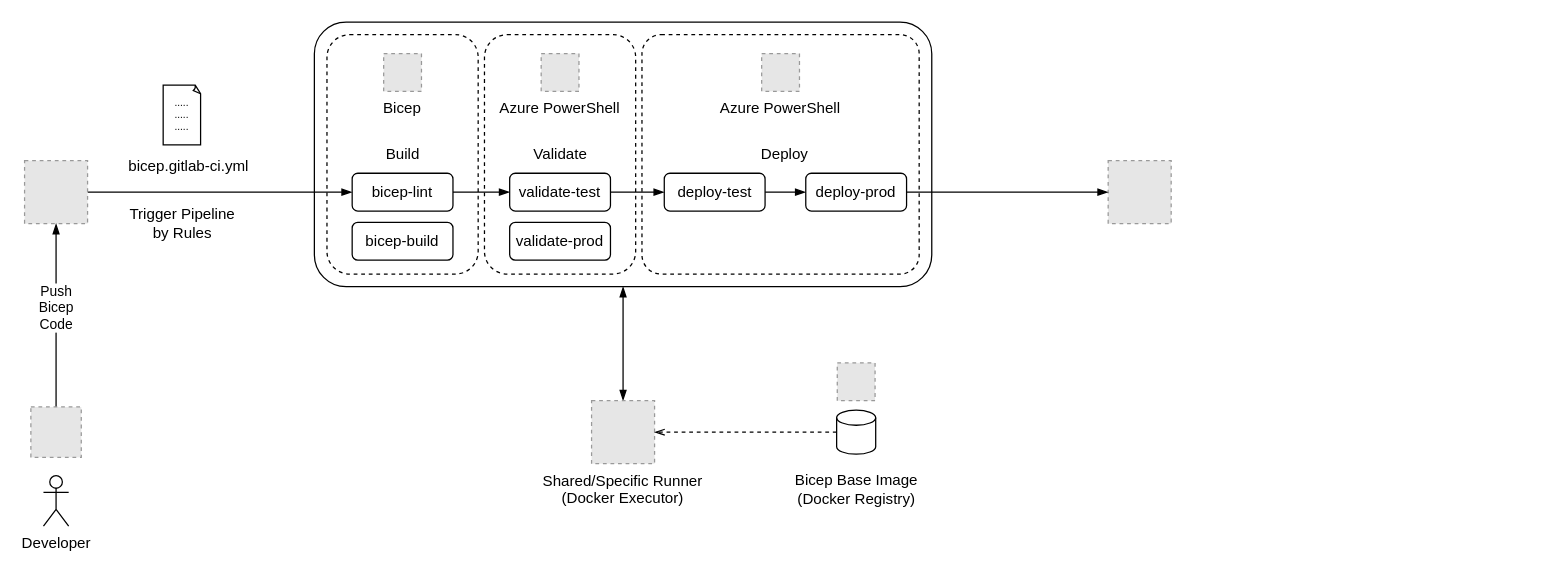
Before: page "pipeline" (2 of 3) of assets/2025-08-01-terraform-deployment-solution/terraform-deployment-solution.drawio in webflow-development/webflow.github.io, a draw.io diagram. Source tidied: cells renumbered, new cells numbered last; positions are measured from the earlier drawing's top-left corner, leaving out a move shared by most shapes. Both pictures are drawn from the tidied source at 126%, with x=0, y=0 at pixel (24, 21). Pictures stored in the file or linked from it are replaced by grey dashed boxes.
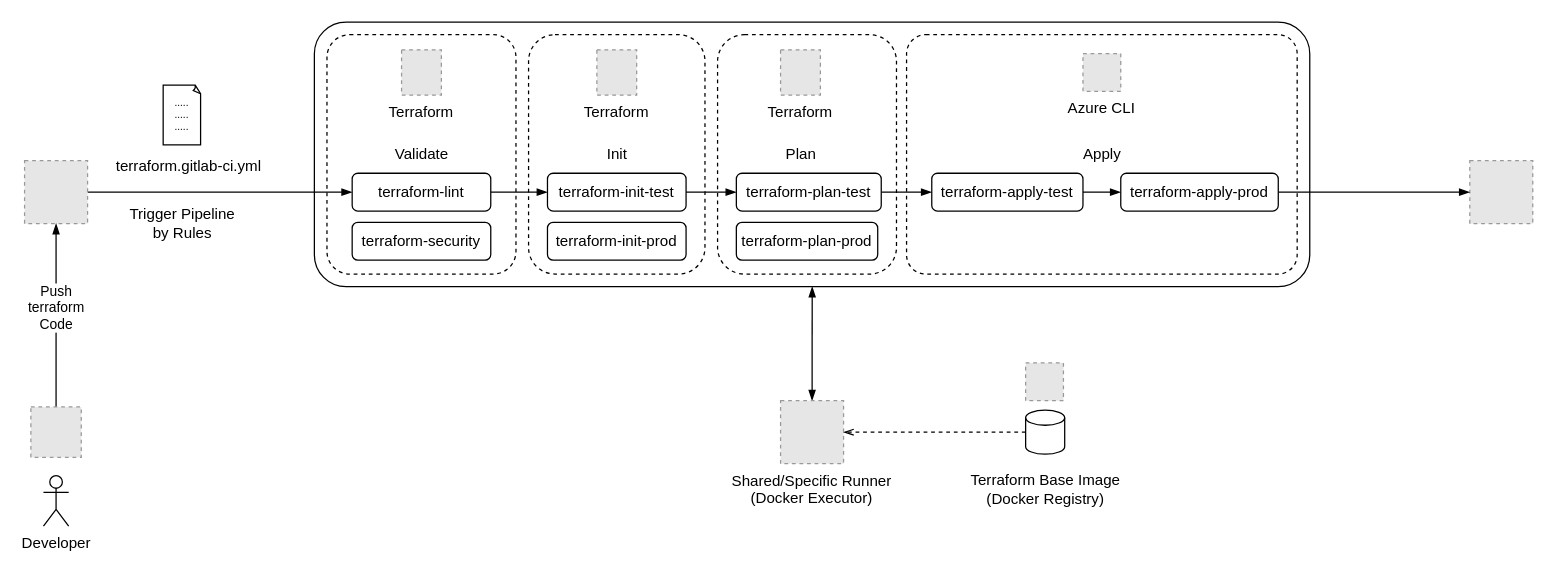
After the change.

Commit message (it also covers changes not shown here):
feat: terraform deployment solution post added

Unchanged cells that the change refers to:
```xml
<mxCell id="9" style="edgeStyle=orthogonalEdgeStyle;rounded=0;jettySize=auto;html=1;endArrow=blockThin;endFill=1;exitX=0.5;exitY=0;exitDx=0;exitDy=0;" parent="1" edge="1" source="36" target="7">
  <mxGeometry relative="1" as="geometry" />
</mxCell>
```

What changed in the source:
```diff
@@
     <mxCell id="2" style="rounded=1;whiteSpace=wrap;html=1;arcSize=12;" parent="1" vertex="1">
-      <mxGeometry x="230" width="490" height="210" as="geometry" />
+      <mxGeometry x="230" width="790" height="210" as="geometry" />
     </mxCell>
+    <mxCell id="38" style="rounded=1;whiteSpace=wrap;html=1;dashed=1;" parent="1" vertex="1">
+      <mxGeometry x="550" y="10" width="142" height="190" as="geometry" />
+    </mxCell>
     <mxCell id="3" style="rounded=1;whiteSpace=wrap;html=1;dashed=1;" parent="1" vertex="1">
-      <mxGeometry x="365" y="10" width="120" height="190" as="geometry" />
+      <mxGeometry x="400" y="10" width="140" height="190" as="geometry" />
     </mxCell>
-    <mxCell id="4" style="rounded=1;whiteSpace=wrap;html=1;dashed=1;" parent="1" vertex="1">
-      <mxGeometry x="240" y="10" width="120" height="190" as="geometry" />
+    <mxCell id="4" style="rounded=1;whiteSpace=wrap;html=1;dashed=1;arcSize=12;" parent="1" vertex="1">
+      <mxGeometry x="240" y="10" width="150" height="190" as="geometry" />
     </mxCell>
     <mxCell id="5" style="rounded=1;whiteSpace=wrap;html=1;dashed=1;arcSize=8;" parent="1" vertex="1">
-      <mxGeometry x="490" y="10" width="220" height="190" as="geometry" />
+      <mxGeometry x="700" y="10" width="310" height="190" as="geometry" />
     </mxCell>
@@
     <mxCell id="8" style="fillColor=#E6E6E6;strokeColor=#999999;dashed=1;verticalLabelPosition=bottom;labelBackgroundColor=default;verticalAlign=top;" parent="1" vertex="1">
-      <mxGeometry x="860" y="110" width="50" height="50" as="geometry" />
+      <mxGeometry x="1147" y="110" width="50" height="50" as="geometry" />
     </mxCell>
@@
-    <mxCell id="10" value="Push &lt;br&gt;Bicep &lt;br&gt;Code" style="edgeLabel;html=1;align=center;verticalAlign=middle;" parent="9" vertex="1">
+    <mxCell id="10" value="Push &lt;br&gt;terraform &lt;br&gt;Code" style="edgeLabel;html=1;align=center;verticalAlign=middle;" parent="9" vertex="1">
       <mxGeometry x="0.08" y="1" relative="1" as="geometry" />
     </mxCell>
@@
-    <mxCell id="13" value="bicep-lint" style="rounded=1;whiteSpace=wrap;html=1;" parent="1" vertex="1">
-      <mxGeometry x="260" y="120" width="80" height="30" as="geometry" />
+    <mxCell id="13" value="terraform-lint" style="rounded=1;whiteSpace=wrap;html=1;" parent="1" vertex="1">
+      <mxGeometry x="260" y="120" width="110" height="30" as="geometry" />
     </mxCell>
-    <mxCell id="14" value="bicep-build" style="rounded=1;whiteSpace=wrap;html=1;" parent="1" vertex="1">
-      <mxGeometry x="260" y="159" width="80" height="30" as="geometry" />
+    <mxCell id="14" value="terraform-security" style="rounded=1;whiteSpace=wrap;html=1;" parent="1" vertex="1">
+      <mxGeometry x="260" y="159" width="110" height="30" as="geometry" />
     </mxCell>
@@
-    <mxCell id="16" value="deploy-test" style="rounded=1;whiteSpace=wrap;html=1;" parent="1" vertex="1">
-      <mxGeometry x="507.7" y="120" width="80" height="30" as="geometry" />
+    <mxCell id="16" value="terraform-apply-test" style="rounded=1;whiteSpace=wrap;html=1;" parent="1" vertex="1">
+      <mxGeometry x="720" y="120" width="120" height="30" as="geometry" />
     </mxCell>
@@
-    <mxCell id="18" value="deploy-prod" style="rounded=1;whiteSpace=wrap;html=1;" parent="1" vertex="1">
-      <mxGeometry x="620" y="120" width="80" height="30" as="geometry" />
+    <mxCell id="18" value="terraform-apply-prod" style="rounded=1;whiteSpace=wrap;html=1;" parent="1" vertex="1">
+      <mxGeometry x="870" y="120" width="125" height="30" as="geometry" />
     </mxCell>
-    <mxCell id="19" value="Bicep" style="fillColor=#E6E6E6;strokeColor=#999999;dashed=1;verticalLabelPosition=bottom;labelBackgroundColor=default;verticalAlign=top;" parent="1" vertex="1">
-      <mxGeometry x="285" y="25" width="30" height="30" as="geometry" />
-    </mxCell>
@@
-    <mxCell id="21" value="bicep.gitlab-ci.yml" style="text;html=1;align=center;verticalAlign=middle;strokeColor=none;fillColor=none;" parent="1" vertex="1">
+    <mxCell id="21" value="terraform.gitlab-ci.yml" style="text;html=1;align=center;verticalAlign=middle;strokeColor=none;fillColor=none;" parent="1" vertex="1">
       <mxGeometry x="70" y="100" width="120" height="30" as="geometry" />
     </mxCell>
-    <mxCell id="22" value="Azure PowerShell" style="fillColor=#E6E6E6;strokeColor=#999999;dashed=1;verticalLabelPosition=bottom;labelBackgroundColor=default;verticalAlign=top;" parent="1" vertex="1">
-      <mxGeometry x="585" y="25" width="30" height="30" as="geometry" />
+    <mxCell id="22" value="Azure CLI" style="fillColor=#E6E6E6;strokeColor=#999999;dashed=1;verticalLabelPosition=bottom;labelBackgroundColor=default;verticalAlign=top;" parent="1" vertex="1">
+      <mxGeometry x="840" y="25" width="30" height="30" as="geometry" />
     </mxCell>
-    <mxCell id="23" value="Build" style="text;html=1;align=center;verticalAlign=middle;strokeColor=none;fillColor=none;" parent="1" vertex="1">
-      <mxGeometry x="275" y="90" width="50" height="30" as="geometry" />
+    <mxCell id="23" value="Validate" style="text;html=1;align=center;verticalAlign=middle;strokeColor=none;fillColor=none;" parent="1" vertex="1">
+      <mxGeometry x="280" y="90" width="70" height="30" as="geometry" />
     </mxCell>
-    <mxCell id="24" value="Deploy" style="text;html=1;align=center;verticalAlign=middle;strokeColor=none;fillColor=none;" parent="1" vertex="1">
-      <mxGeometry x="572.7" y="90" width="60" height="30" as="geometry" />
+    <mxCell id="24" value="Apply" style="text;html=1;align=center;verticalAlign=middle;strokeColor=none;fillColor=none;" parent="1" vertex="1">
+      <mxGeometry x="830" y="90" width="50" height="30" as="geometry" />
     </mxCell>
-    <mxCell id="25" style="edgeStyle=none;html=1;startArrow=blockThin;startFill=1;endArrow=blockThin;endFill=1;" parent="1" edge="1" source="26" target="2">
-      <mxGeometry relative="1" as="geometry" />
+    <mxCell id="25" style="edgeStyle=none;html=1;startArrow=blockThin;startFill=1;endArrow=blockThin;endFill=1;" parent="1" edge="1" source="26">
+      <mxGeometry relative="1" as="geometry">
+        <mxPoint x="625.1" y="210" as="targetPoint" />
+      </mxGeometry>
     </mxCell>
     <mxCell id="26" value="Shared/Specific Runner&#10;(Docker Executor)" style="fillColor=#E6E6E6;strokeColor=#999999;dashed=1;verticalLabelPosition=bottom;labelBackgroundColor=default;verticalAlign=top;" parent="1" vertex="1">
-      <mxGeometry x="450" y="300.5" width="50" height="50" as="geometry" />
+      <mxGeometry x="600" y="300.5" width="50" height="50" as="geometry" />
     </mxCell>
     <mxCell id="27" style="shape=cylinder3;whiteSpace=wrap;html=1;boundedLbl=1;backgroundOutline=1;size=6;" parent="1" vertex="1">
-      <mxGeometry x="644.5" y="308" width="31" height="35" as="geometry" />
+      <mxGeometry x="794.5" y="308" width="31" height="35" as="geometry" />
     </mxCell>
-    <mxCell id="28" value="Bicep Base Image&lt;div&gt;(Docker Registry)&lt;/div&gt;" style="text;html=1;align=center;verticalAlign=middle;strokeColor=none;fillColor=none;" parent="1" vertex="1">
-      <mxGeometry x="600" y="350.5" width="120" height="40" as="geometry" />
+    <mxCell id="28" value="Terraform Base Image&lt;div&gt;(Docker Registry)&lt;/div&gt;" style="text;html=1;align=center;verticalAlign=middle;strokeColor=none;fillColor=none;" parent="1" vertex="1">
+      <mxGeometry x="740" y="350.5" width="140" height="40" as="geometry" />
     </mxCell>
@@
-    <mxCell id="30" style="edgeStyle=none;html=1;endArrow=blockThin;endFill=1;" parent="1" edge="1" source="31" target="16">
-      <mxGeometry relative="1" as="geometry" />
-    </mxCell>
+    <mxCell id="39" style="edgeStyle=orthogonalEdgeStyle;rounded=0;jettySize=auto;html=1;entryX=0;entryY=0.5;entryDx=0;entryDy=0;strokeColor=default;align=center;verticalAlign=middle;fontFamily=Helvetica;fontSize=11;fontColor=default;labelBackgroundColor=default;endArrow=blockThin;endFill=1;" parent="1" edge="1" source="31" target="42">
+      <mxGeometry relative="1" as="geometry" />
+    </mxCell>
-    <mxCell id="31" value="validate-test" style="rounded=1;whiteSpace=wrap;html=1;" parent="1" vertex="1">
-      <mxGeometry x="385" y="120" width="80" height="30" as="geometry" />
+    <mxCell id="31" value="terraform-init-test" style="rounded=1;whiteSpace=wrap;html=1;" parent="1" vertex="1">
+      <mxGeometry x="415" y="120" width="110" height="30" as="geometry" />
     </mxCell>
-    <mxCell id="32" value="validate-prod" style="rounded=1;whiteSpace=wrap;html=1;" parent="1" vertex="1">
-      <mxGeometry x="385" y="159" width="80" height="30" as="geometry" />
+    <mxCell id="32" value="terraform-init-prod" style="rounded=1;whiteSpace=wrap;html=1;" parent="1" vertex="1">
+      <mxGeometry x="415" y="159" width="110" height="30" as="geometry" />
     </mxCell>
-    <mxCell id="33" value="Validate" style="text;html=1;align=center;verticalAlign=middle;strokeColor=none;fillColor=none;" parent="1" vertex="1">
-      <mxGeometry x="390" y="90" width="70" height="30" as="geometry" />
+    <mxCell id="33" value="Init" style="text;html=1;align=center;verticalAlign=middle;strokeColor=none;fillColor=none;" parent="1" vertex="1">
+      <mxGeometry x="450" y="90" width="40" height="30" as="geometry" />
     </mxCell>
-    <mxCell id="34" value="Azure PowerShell" style="fillColor=#E6E6E6;strokeColor=#999999;dashed=1;verticalLabelPosition=bottom;labelBackgroundColor=default;verticalAlign=top;" parent="1" vertex="1">
-      <mxGeometry x="410" y="25" width="30" height="30" as="geometry" />
-    </mxCell>
@@
     <mxCell id="37" style="fillColor=#E6E6E6;strokeColor=#999999;dashed=1;verticalLabelPosition=bottom;labelBackgroundColor=default;verticalAlign=top;" parent="1" vertex="1">
-      <mxGeometry x="645" y="270.5" width="30" height="30" as="geometry" />
+      <mxGeometry x="794.5" y="270.5" width="30" height="30" as="geometry" />
     </mxCell>
+    <mxCell id="40" value="Terraform" style="fillColor=#E6E6E6;strokeColor=#999999;dashed=1;verticalLabelPosition=bottom;labelBackgroundColor=default;verticalAlign=top;" parent="1" vertex="1">
+      <mxGeometry x="299.2" y="22" width="31.6" height="36" as="geometry" />
+    </mxCell>
+    <mxCell id="41" style="edgeStyle=orthogonalEdgeStyle;rounded=0;jettySize=auto;html=1;entryX=0;entryY=0.5;entryDx=0;entryDy=0;strokeColor=default;align=center;verticalAlign=middle;fontFamily=Helvetica;fontSize=11;fontColor=default;labelBackgroundColor=default;endArrow=blockThin;endFill=1;" parent="1" edge="1" source="42" target="16">
+      <mxGeometry relative="1" as="geometry" />
+    </mxCell>
+    <mxCell id="42" value="terraform-plan-test" style="rounded=1;whiteSpace=wrap;html=1;" parent="1" vertex="1">
+      <mxGeometry x="564.9" y="120" width="115" height="30" as="geometry" />
+    </mxCell>
+    <mxCell id="43" value="terraform-plan-prod" style="rounded=1;whiteSpace=wrap;html=1;" parent="1" vertex="1">
+      <mxGeometry x="564.9" y="159" width="112.2" height="30" as="geometry" />
+    </mxCell>
+    <mxCell id="44" value="Plan" style="text;html=1;align=center;verticalAlign=middle;strokeColor=none;fillColor=none;" parent="1" vertex="1">
+      <mxGeometry x="590.8" y="90" width="50" height="30" as="geometry" />
+    </mxCell>
+    <mxCell id="45" value="Terraform" style="fillColor=#E6E6E6;strokeColor=#999999;dashed=1;verticalLabelPosition=bottom;labelBackgroundColor=default;verticalAlign=top;" parent="1" vertex="1">
+      <mxGeometry x="454.2" y="22" width="31.6" height="36" as="geometry" />
+    </mxCell>
+    <mxCell id="46" value="Terraform" style="fillColor=#E6E6E6;strokeColor=#999999;dashed=1;verticalLabelPosition=bottom;labelBackgroundColor=default;verticalAlign=top;" parent="1" vertex="1">
+      <mxGeometry x="600" y="22" width="31.6" height="36" as="geometry" />
+    </mxCell>
```
